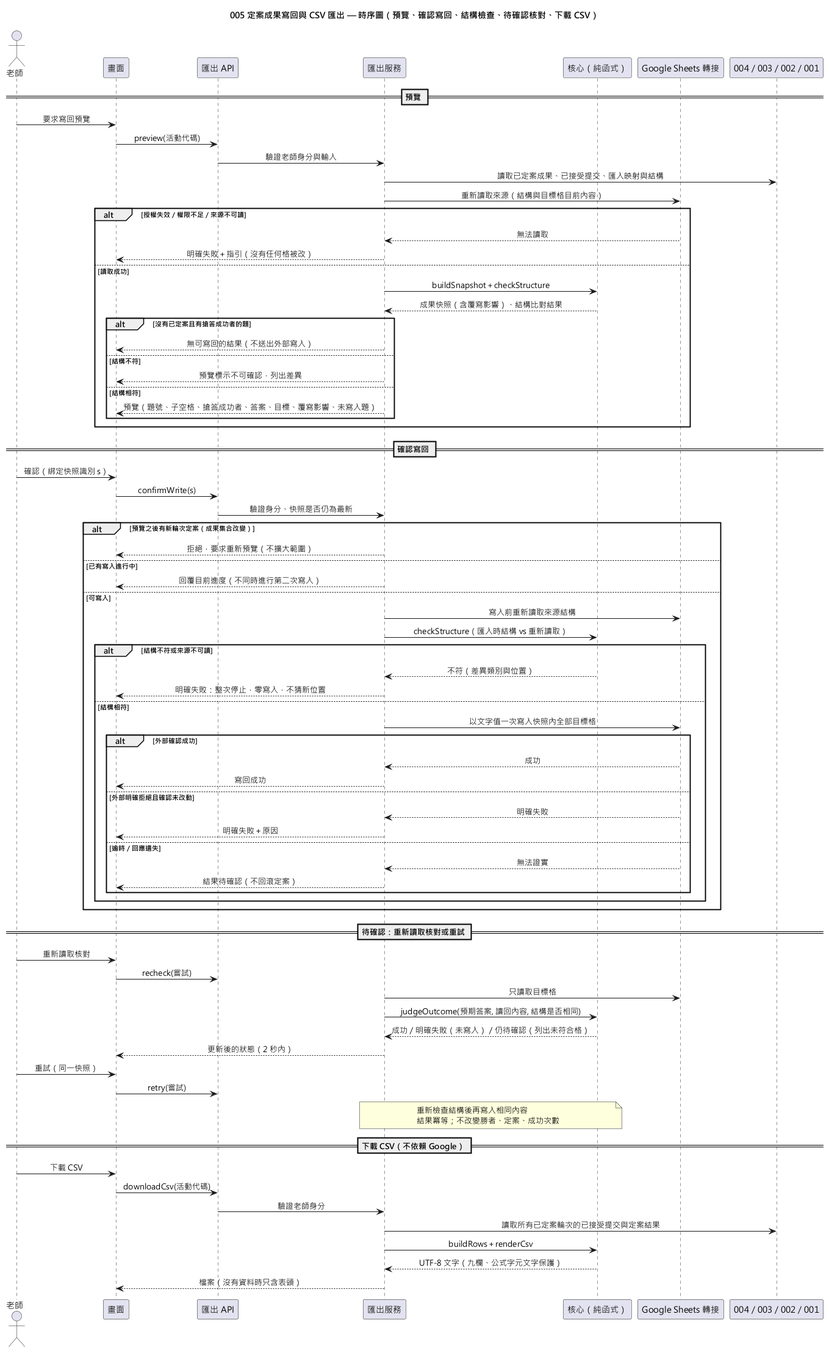
Earlier version of the PlantUML export diagrams/005-result-export-sequence.png (EricC430/lecture-answer-first_group16_speckit). Its diagram source:
```plantuml
@startuml 005-result-export-sequence
skinparam defaultFontName "Microsoft JhengHei"
skinparam sequenceMessageAlign center
title 005 定案成果寫回與 CSV 匯出 — 時序圖（預覽、確認寫回、結構檢查、待確認核對、下載 CSV）

actor "老師" as T
participant "畫面" as UI
participant "匯出 API" as API
participant "匯出服務" as S
participant "核心（純函式）" as C
participant "Google Sheets 轉接" as G
participant "004／003／002／001" as D

== 預覽 ==
T -> UI : 要求寫回預覽
UI -> API : preview(活動代碼)
API -> S : 驗證老師身分與輸入
S -> D : 讀取已定案成果、已接受提交、匯入映射與結構
S -> G : 重新讀取來源（結構與目標格目前內容）
alt 授權失效／權限不足／來源不可讀
  G --> S : 無法讀取
  S --> UI : 明確失敗＋指引（沒有任何格被改）
else 讀取成功
  S -> C : buildSnapshot＋checkStructure
  C --> S : 成果快照（含覆寫影響）、結構比對結果
  alt 沒有已定案且有搶答成功者的題
    S --> UI : 無可寫回的結果（不送出外部寫入）
  else 結構不符
    S --> UI : 預覽標示不可確認，列出差異
  else 結構相符
    S --> UI : 預覽（題號、子空格、搶答成功者、答案、目標、覆寫影響、未寫入題）
  end
end

== 確認寫回 ==
T -> UI : 確認（綁定快照識別 s）
UI -> API : confirmWrite(s)
API -> S : 驗證身分、快照是否仍為最新
alt 預覽之後有新輪次定案（成果集合改變）
  S --> UI : 拒絕，要求重新預覽（不擴大範圍）
else 已有寫入進行中
  S --> UI : 回覆目前進度（不同時進行第二次寫入）
else 可寫入
  S -> G : 寫入前重新讀取來源結構
  S -> C : checkStructure（匯入時結構 vs 重新讀取）
  alt 結構不符或來源不可讀
    C --> S : 不符（差異類別與位置）
    S --> UI : 明確失敗：整次停止，零寫入，不猜新位置
  else 結構相符
    S -> G : 以文字值一次寫入快照內全部目標格
    alt 外部確認成功
      G --> S : 成功
      S --> UI : 寫回成功
    else 外部明確拒絕且確認未改動
      G --> S : 明確失敗
      S --> UI : 明確失敗＋原因
    else 逾時／回應遺失
      G --> S : 無法證實
      S --> UI : 結果待確認（不回滾定案）
    end
  end
end

== 待確認：重新讀取核對或重試 ==
T -> UI : 重新讀取核對
UI -> API : recheck(嘗試)
S -> G : 只讀取目標格
S -> C : judgeOutcome(預期答案, 讀回內容, 結構是否相同)
C --> S : 成功／明確失敗（未寫入）／仍待確認（列出未符合格）
S --> UI : 更新後的狀態（2 秒內）
T -> UI : 重試（同一快照）
UI -> API : retry(嘗試)
note over S, C : 重新檢查結構後再寫入相同內容\n結果冪等；不改變勝者、定案、成功次數

== 下載 CSV（不依賴 Google） ==
T -> UI : 下載 CSV
UI -> API : downloadCsv(活動代碼)
API -> S : 驗證老師身分
S -> D : 讀取所有已定案輪次的已接受提交與定案結果
S -> C : buildRows＋renderCsv
C --> S : UTF-8 文字（九欄、公式字元文字保護）
S --> UI : 檔案（沒有資料時只含表頭）
@enduml
```
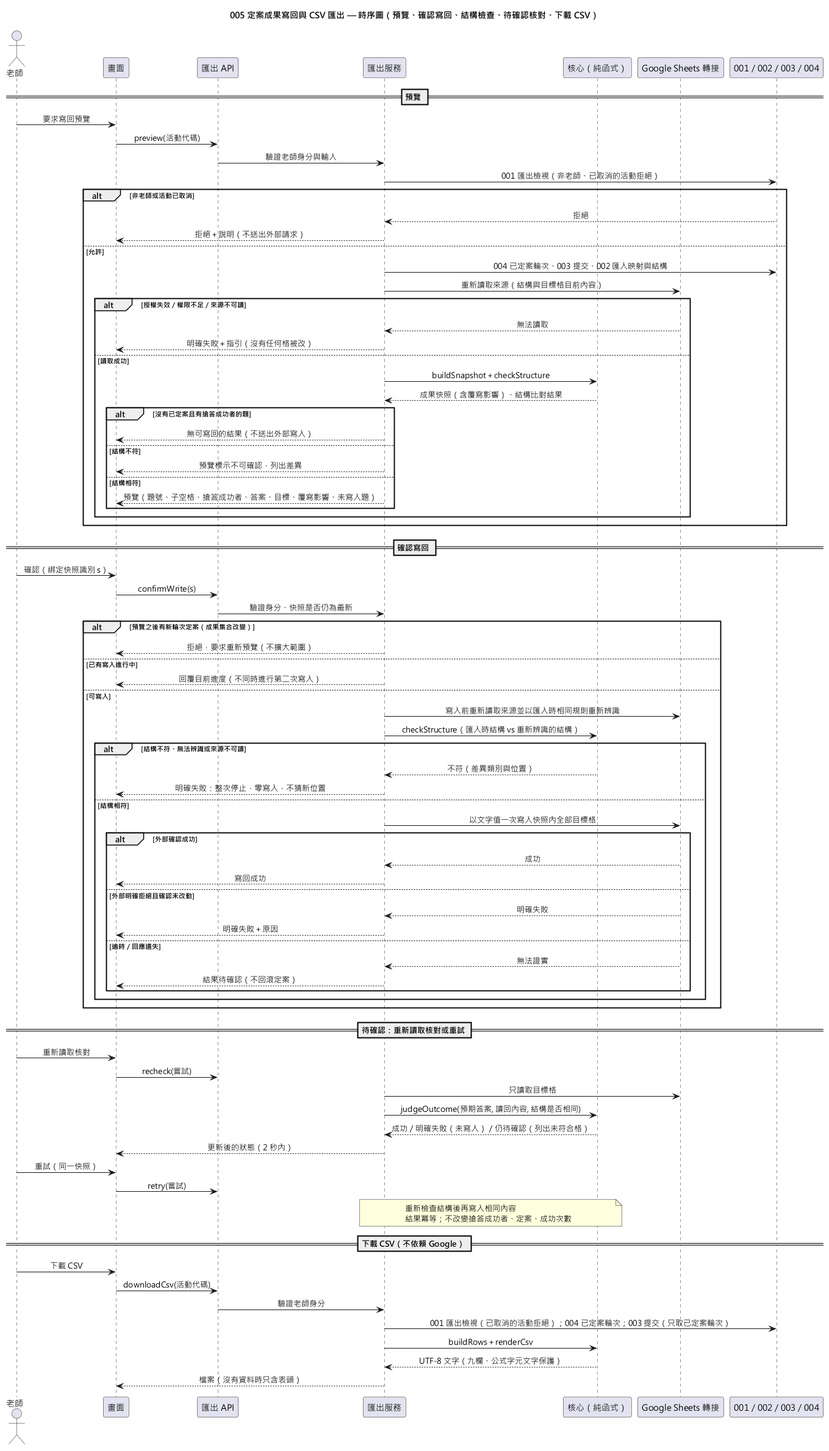
The same file after the commit.

Change to the diagram source:
```diff
@@ -9,26 +9,32 @@
 participant "匯出服務" as S
 participant "核心（純函式）" as C
 participant "Google Sheets 轉接" as G
-participant "004／003／002／001" as D
+participant "001／002／003／004" as D
 
 == 預覽 ==
 T -> UI : 要求寫回預覽
 UI -> API : preview(活動代碼)
 API -> S : 驗證老師身分與輸入
-S -> D : 讀取已定案成果、已接受提交、匯入映射與結構
-S -> G : 重新讀取來源（結構與目標格目前內容）
-alt 授權失效／權限不足／來源不可讀
-  G --> S : 無法讀取
-  S --> UI : 明確失敗＋指引（沒有任何格被改）
-else 讀取成功
-  S -> C : buildSnapshot＋checkStructure
-  C --> S : 成果快照（含覆寫影響）、結構比對結果
-  alt 沒有已定案且有搶答成功者的題
-    S --> UI : 無可寫回的結果（不送出外部寫入）
-  else 結構不符
-    S --> UI : 預覽標示不可確認，列出差異
-  else 結構相符
-    S --> UI : 預覽（題號、子空格、搶答成功者、答案、目標、覆寫影響、未寫入題）
+S -> D : 001 匯出檢視（非老師、已取消的活動拒絕）
+alt 非老師或活動已取消
+  D --> S : 拒絕
+  S --> UI : 拒絕＋說明（不送出外部請求）
+else 允許
+  S -> D : 004 已定案輪次、003 提交、002 匯入映射與結構
+  S -> G : 重新讀取來源（結構與目標格目前內容）
+  alt 授權失效／權限不足／來源不可讀
+    G --> S : 無法讀取
+    S --> UI : 明確失敗＋指引（沒有任何格被改）
+  else 讀取成功
+    S -> C : buildSnapshot＋checkStructure
+    C --> S : 成果快照（含覆寫影響）、結構比對結果
+    alt 沒有已定案且有搶答成功者的題
+      S --> UI : 無可寫回的結果（不送出外部寫入）
+    else 結構不符
+      S --> UI : 預覽標示不可確認，列出差異
+    else 結構相符
+      S --> UI : 預覽（題號、子空格、搶答成功者、答案、目標、覆寫影響、未寫入題）
+    end
   end
 end
 
@@ -41,9 +47,9 @@
 else 已有寫入進行中
   S --> UI : 回覆目前進度（不同時進行第二次寫入）
 else 可寫入
-  S -> G : 寫入前重新讀取來源結構
-  S -> C : checkStructure（匯入時結構 vs 重新讀取）
-  alt 結構不符或來源不可讀
+  S -> G : 寫入前重新讀取來源並以匯入時相同規則重新辨識
+  S -> C : checkStructure（匯入時結構 vs 重新辨識的結構）
+  alt 結構不符、無法辨識或來源不可讀
     C --> S : 不符（差異類別與位置）
     S --> UI : 明確失敗：整次停止，零寫入，不猜新位置
   else 結構相符
@@ -70,13 +76,13 @@
 S --> UI : 更新後的狀態（2 秒內）
 T -> UI : 重試（同一快照）
 UI -> API : retry(嘗試)
-note over S, C : 重新檢查結構後再寫入相同內容\n結果冪等；不改變勝者、定案、成功次數
+note over S, C : 重新檢查結構後再寫入相同內容\n結果冪等；不改變搶答成功者、定案、成功次數
 
 == 下載 CSV（不依賴 Google） ==
 T -> UI : 下載 CSV
 UI -> API : downloadCsv(活動代碼)
 API -> S : 驗證老師身分
-S -> D : 讀取所有已定案輪次的已接受提交與定案結果
+S -> D : 001 匯出檢視（已取消的活動拒絕）；004 已定案輪次；003 提交（只取已定案輪次）
 S -> C : buildRows＋renderCsv
 C --> S : UTF-8 文字（九欄、公式字元文字保護）
 S --> UI : 檔案（沒有資料時只含表頭）
```
